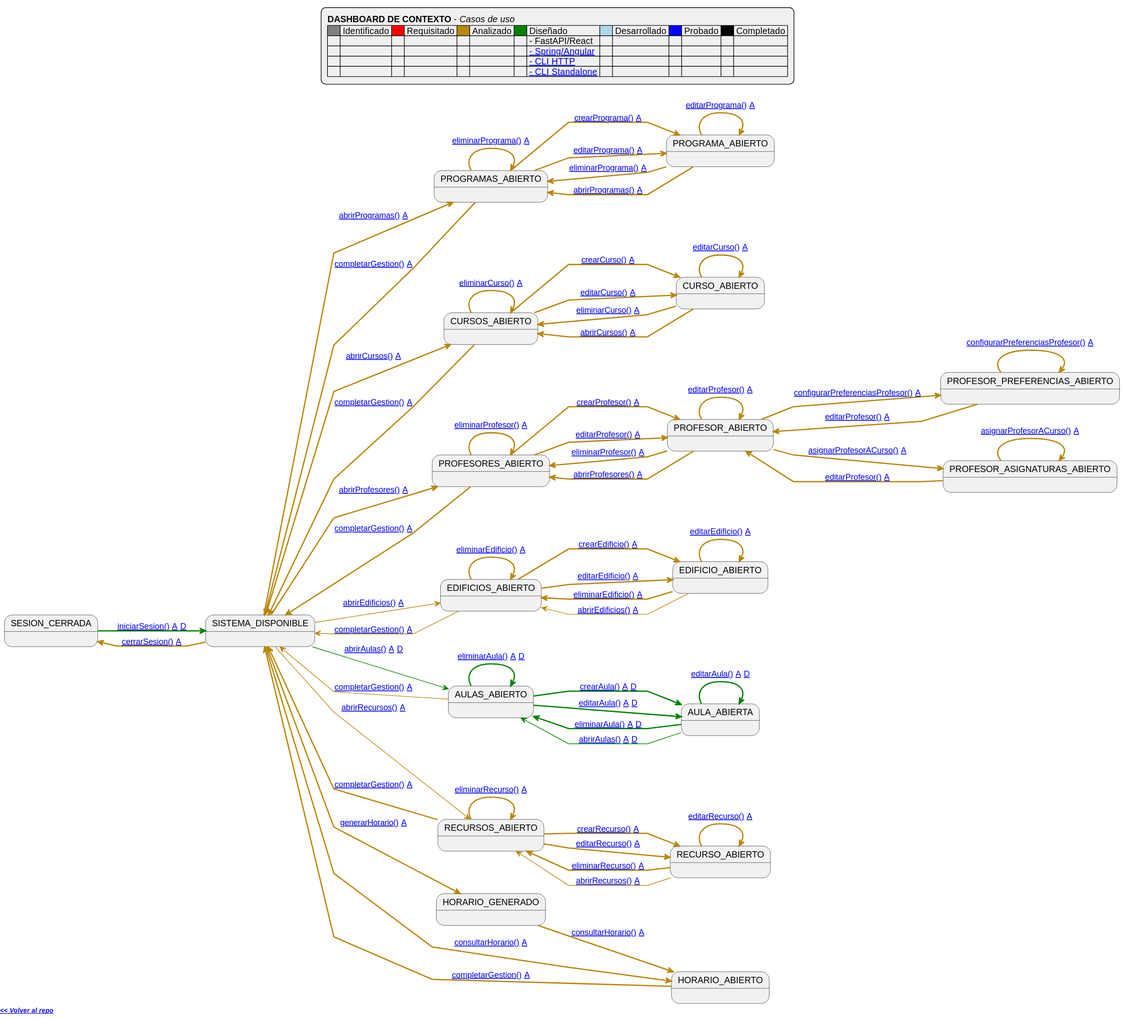
This is images/RUP/99-seguimiento/diagrama-contexto-administrador.svg from mmasias/pySigHor, a PlantUML export, as it was before one commit.
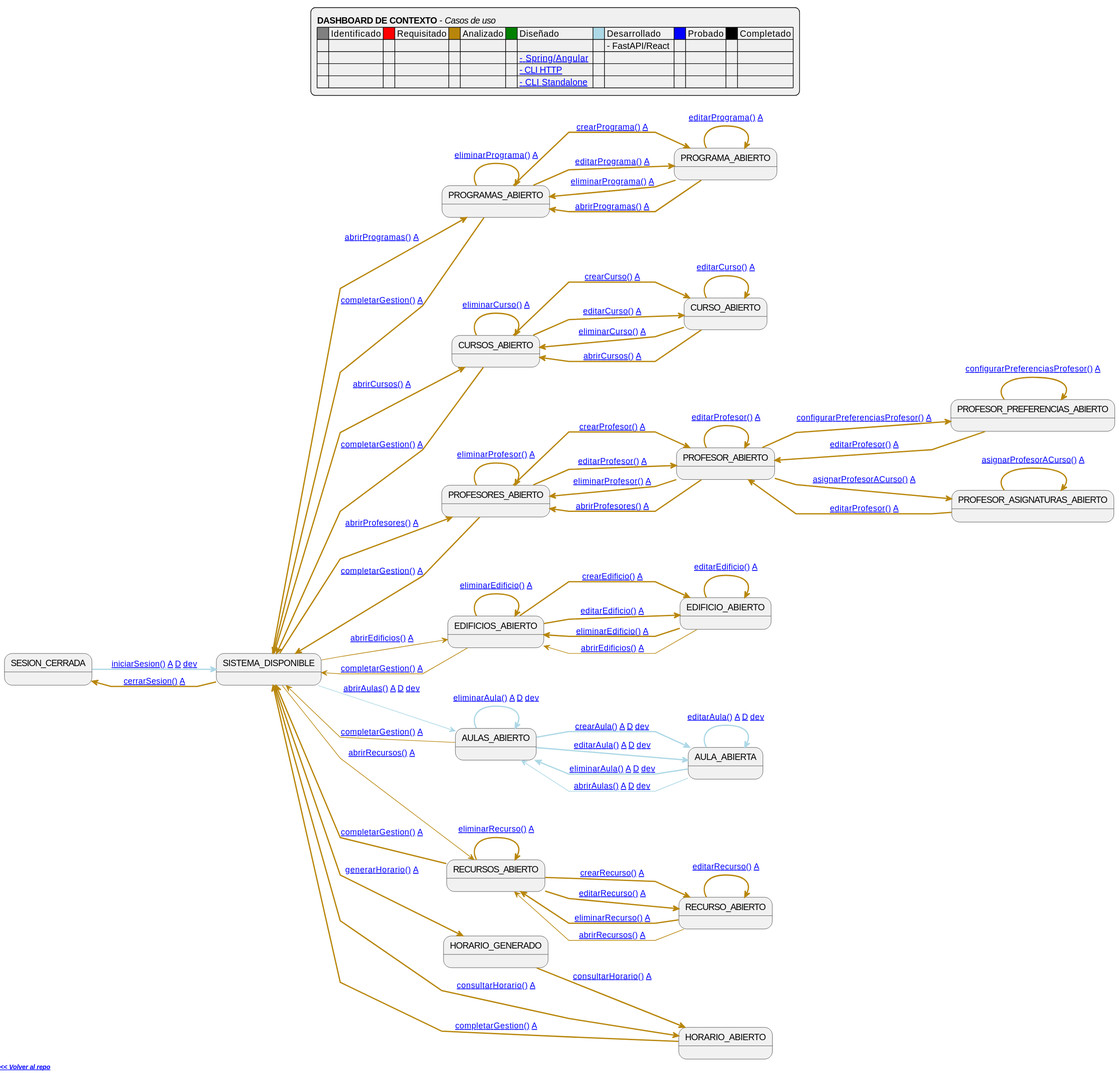
The same diagram one commit later.

The edit, as a diff of the source:
```diff
@@ -16,10 +16,10 @@
 legend top
     **DASHBOARD DE CONTEXTO** - <i>Casos de uso</i>
     |<#gray>     | Identificado |<#red>     | Requisitado |<#darkgoldenrod>     | Analizado |<#green>     | Diseñado |<#lightblue>     | Desarrollado |<#blue>     | Probado |<#black>     | Completado |
-    | | | | | | | | - FastAPI/React |
-    | | | | | | | | [[https://raw.githubusercontent.com/mmasias/pySigHor/diseño-spring-angular/images/RUP/99-seguimiento/diagrama-contexto-administrador.svg - Spring/Angular]] |
-    | | | | | | | | [[https://raw.githubusercontent.com/mmasias/pySigHor/diseño-cli-python-http/images/RUP/99-seguimiento/diagrama-contexto-administrador.svg - CLI HTTP]] |
-    | | | | | | | | [[https://raw.githubusercontent.com/mmasias/pySigHor/diseño-cli-python-standalone/images/RUP/99-seguimiento/diagrama-contexto-administrador.svg - CLI Standalone]] |
+    | | | | | | | |  | | - FastAPI/React  ||
+    | | | | | | | | [[https://raw.githubusercontent.com/mmasias/pySigHor/diseño-spring-angular/images/RUP/99-seguimiento/diagrama-contexto-administrador.svg - Spring/Angular]]  |
+    | | | | | | | | [[https://raw.githubusercontent.com/mmasias/pySigHor/diseño-cli-python-http/images/RUP/99-seguimiento/diagrama-contexto-administrador.svg - CLI HTTP]]  |
+    | | | | | | | | [[https://raw.githubusercontent.com/mmasias/pySigHor/diseño-cli-python-standalone/images/RUP/99-seguimiento/diagrama-contexto-administrador.svg - CLI Standalone]]  |
 end legend
 
 footer
@@ -47,14 +47,14 @@
 state "HORARIO_GENERADO" as Generacion
 state "HORARIO_ABIERTO" as Consulta
 
-NoAuth -[#green,thickness=2]-> Menu: [[https://github.com/mmasias/pySigHor/blob/main/RUP/00-casos-uso/02-detalle/iniciarSesion/README.md iniciarSesion()]] [[https://github.com/mmasias/pySigHor/blob/main/RUP/01-analisis/casos-uso/iniciarSesion/README.md A]] [[https://github.com/mmasias/pySigHor/blob/diseño-fastapi-react/RUP/02-diseño/casos-uso/iniciarSesion/README.md D]]
+NoAuth -[#lightblue,thickness=2]-> Menu: [[https://github.com/mmasias/pySigHor/blob/main/RUP/00-casos-uso/02-detalle/iniciarSesion/README.md iniciarSesion()]] [[https://github.com/mmasias/pySigHor/blob/main/RUP/01-analisis/casos-uso/iniciarSesion/README.md A]] [[https://github.com/mmasias/pySigHor/blob/diseño-fastapi-react/RUP/02-diseño/casos-uso/iniciarSesion/README.md D]] [[https://github.com/mmasias/pySigHor/blob/diseño-fastapi-react/RUP/03-desarrollo/casos-uso/iniciarSesion/README.md dev]]
 
 Menu -[#darkgoldenrod,thickness=2]-> NoAuth: [[https://github.com/mmasias/pySigHor/blob/main/RUP/00-casos-uso/02-detalle/cerrarSesion/README.md cerrarSesion()]] [[https://github.com/mmasias/pySigHor/blob/main/RUP/01-analisis/casos-uso/cerrarSesion/README.md A]]
 Menu -[#darkgoldenrod,thickness=2]-> ListProgramas: [[https://github.com/mmasias/pySigHor/blob/main/RUP/00-casos-uso/02-detalle/abrirProgramas/README.md abrirProgramas()]] [[https://github.com/mmasias/pySigHor/blob/main/RUP/01-analisis/casos-uso/abrirProgramas/README.md A]]
 Menu -[#darkgoldenrod,thickness=2]-> ListCursos: [[https://github.com/mmasias/pySigHor/blob/main/RUP/00-casos-uso/02-detalle/abrirCursos/README.md abrirCursos()]] [[https://github.com/mmasias/pySigHor/blob/main/RUP/01-analisis/casos-uso/abrirCursos/README.md A]]
 Menu -[#darkgoldenrod,thickness=2]-> ListProfesores: [[https://github.com/mmasias/pySigHor/blob/main/RUP/00-casos-uso/02-detalle/abrirProfesores/README.md abrirProfesores()]] [[https://github.com/mmasias/pySigHor/blob/main/RUP/01-analisis/casos-uso/abrirProfesores/README.md A]]
 Menu -[#darkgoldenrod]-> ListEdificios: [[https://github.com/mmasias/pySigHor/blob/main/RUP/00-casos-uso/02-detalle/abrirEdificios/README.md abrirEdificios()]] [[https://github.com/mmasias/pySigHor/blob/main/RUP/01-analisis/casos-uso/abrirEdificios/README.md A]]
-Menu -[#green]-> ListAulas: [[https://github.com/mmasias/pySigHor/blob/main/RUP/00-casos-uso/02-detalle/abrirAulas/README.md abrirAulas()]] [[https://github.com/mmasias/pySigHor/blob/main/RUP/01-analisis/casos-uso/abrirAulas/README.md A]] [[https://github.com/mmasias/pySigHor/blob/diseño-fastapi-react/RUP/02-diseño/casos-uso/abrirAulas/README.md D]]
+Menu -[#lightblue]-> ListAulas: [[https://github.com/mmasias/pySigHor/blob/main/RUP/00-casos-uso/02-detalle/abrirAulas/README.md abrirAulas()]] [[https://github.com/mmasias/pySigHor/blob/main/RUP/01-analisis/casos-uso/abrirAulas/README.md A]] [[https://github.com/mmasias/pySigHor/blob/diseño-fastapi-react/RUP/02-diseño/casos-uso/abrirAulas/README.md D]] [[https://github.com/mmasias/pySigHor/blob/diseño-fastapi-react/RUP/03-desarrollo/casos-uso/abrirAulas/README.md dev]]
 Menu -[#darkgoldenrod]-> ListRecursos: [[https://github.com/mmasias/pySigHor/blob/main/RUP/00-casos-uso/02-detalle/abrirRecursos/README.md abrirRecursos()]] [[https://github.com/mmasias/pySigHor/blob/main/RUP/01-analisis/casos-uso/abrirRecursos/README.md A]]
 Menu -[#darkgoldenrod,bold]-> Generacion: [[https://github.com/mmasias/pySigHor/blob/main/RUP/00-casos-uso/02-detalle/generarHorario/README.md generarHorario()]] [[https://github.com/mmasias/pySigHor/blob/main/RUP/01-analisis/casos-uso/generarHorario/README.md A]]
 Menu -[#darkgoldenrod,bold]-> Consulta: [[https://github.com/mmasias/pySigHor/blob/main/RUP/00-casos-uso/02-detalle/consultarHorario/README.md consultarHorario()]] [[https://github.com/mmasias/pySigHor/blob/main/RUP/01-analisis/casos-uso/consultarHorario/README.md A]]
@@ -90,12 +90,12 @@
 EditEdificio -[#darkgoldenrod,bold]-> EditEdificio: [[https://github.com/mmasias/pySigHor/blob/main/RUP/00-casos-uso/02-detalle/editarEdificio/README.md editarEdificio()]] [[https://github.com/mmasias/pySigHor/blob/main/RUP/01-analisis/casos-uso/editarEdificio/README.md A]]
 EditEdificio -[#darkgoldenrod,bold]-> ListEdificios: [[https://github.com/mmasias/pySigHor/blob/main/RUP/00-casos-uso/02-detalle/eliminarEdificio/README.md eliminarEdificio()]] [[https://github.com/mmasias/pySigHor/blob/main/RUP/01-analisis/casos-uso/eliminarEdificio/README.md A]]
 EditEdificio -[#darkgoldenrod]-> ListEdificios: [[https://github.com/mmasias/pySigHor/blob/main/RUP/00-casos-uso/02-detalle/abrirEdificios/README.md abrirEdificios()]] [[https://github.com/mmasias/pySigHor/blob/main/RUP/01-analisis/casos-uso/abrirEdificios/README.md A]]
-ListAulas -[#green,bold]-> EditAula: [[https://github.com/mmasias/pySigHor/blob/main/RUP/00-casos-uso/02-detalle/crearAula/README.md crearAula()]] [[https://github.com/mmasias/pySigHor/blob/main/RUP/01-analisis/casos-uso/crearAula/README.md A]] [[https://github.com/mmasias/pySigHor/blob/diseño-fastapi-react/RUP/02-diseño/casos-uso/crearAula/README.md D]]
-ListAulas -[#green,bold]-> EditAula: [[https://github.com/mmasias/pySigHor/blob/main/RUP/00-casos-uso/02-detalle/editarAula/README.md editarAula()]] [[https://github.com/mmasias/pySigHor/blob/main/RUP/01-analisis/casos-uso/editarAula/README.md A]] [[https://github.com/mmasias/pySigHor/blob/diseño-fastapi-react/RUP/02-diseño/casos-uso/editarAula/README.md D]]
-ListAulas -[#green,bold]-> ListAulas: [[https://github.com/mmasias/pySigHor/blob/main/RUP/00-casos-uso/02-detalle/eliminarAula/README.md eliminarAula()]] [[https://github.com/mmasias/pySigHor/blob/main/RUP/01-analisis/casos-uso/eliminarAula/README.md A]] [[https://github.com/mmasias/pySigHor/blob/diseño-fastapi-react/RUP/02-diseño/casos-uso/eliminarAula/README.md D]]
-EditAula -[#green,bold]-> EditAula: [[https://github.com/mmasias/pySigHor/blob/main/RUP/00-casos-uso/02-detalle/editarAula/README.md editarAula()]] [[https://github.com/mmasias/pySigHor/blob/main/RUP/01-analisis/casos-uso/editarAula/README.md A]] [[https://github.com/mmasias/pySigHor/blob/diseño-fastapi-react/RUP/02-diseño/casos-uso/editarAula/README.md D]]
-EditAula -[#green,bold]-> ListAulas: [[https://github.com/mmasias/pySigHor/blob/main/RUP/00-casos-uso/02-detalle/eliminarAula/README.md eliminarAula()]] [[https://github.com/mmasias/pySigHor/blob/main/RUP/01-analisis/casos-uso/eliminarAula/README.md A]] [[https://github.com/mmasias/pySigHor/blob/diseño-fastapi-react/RUP/02-diseño/casos-uso/eliminarAula/README.md D]]
-EditAula -[#green]-> ListAulas: [[https://github.com/mmasias/pySigHor/blob/main/RUP/00-casos-uso/02-detalle/abrirAulas/README.md abrirAulas()]] [[https://github.com/mmasias/pySigHor/blob/main/RUP/01-analisis/casos-uso/abrirAulas/README.md A]] [[https://github.com/mmasias/pySigHor/blob/diseño-fastapi-react/RUP/02-diseño/casos-uso/abrirAulas/README.md D]]
+ListAulas -[#lightblue,bold]-> EditAula: [[https://github.com/mmasias/pySigHor/blob/main/RUP/00-casos-uso/02-detalle/crearAula/README.md crearAula()]] [[https://github.com/mmasias/pySigHor/blob/main/RUP/01-analisis/casos-uso/crearAula/README.md A]] [[https://github.com/mmasias/pySigHor/blob/diseño-fastapi-react/RUP/02-diseño/casos-uso/crearAula/README.md D]] [[https://github.com/mmasias/pySigHor/blob/diseño-fastapi-react/RUP/03-desarrollo/casos-uso/crearAula/README.md dev]]
+ListAulas -[#lightblue,bold]-> EditAula: [[https://github.com/mmasias/pySigHor/blob/main/RUP/00-casos-uso/02-detalle/editarAula/README.md editarAula()]] [[https://github.com/mmasias/pySigHor/blob/main/RUP/01-analisis/casos-uso/editarAula/README.md A]] [[https://github.com/mmasias/pySigHor/blob/diseño-fastapi-react/RUP/02-diseño/casos-uso/editarAula/README.md D]] [[https://github.com/mmasias/pySigHor/blob/diseño-fastapi-react/RUP/03-desarrollo/casos-uso/editarAula/README.md dev]]
+ListAulas -[#lightblue,bold]-> ListAulas: [[https://github.com/mmasias/pySigHor/blob/main/RUP/00-casos-uso/02-detalle/eliminarAula/README.md eliminarAula()]] [[https://github.com/mmasias/pySigHor/blob/main/RUP/01-analisis/casos-uso/eliminarAula/README.md A]] [[https://github.com/mmasias/pySigHor/blob/diseño-fastapi-react/RUP/02-diseño/casos-uso/eliminarAula/README.md D]] [[https://github.com/mmasias/pySigHor/blob/diseño-fastapi-react/RUP/03-desarrollo/casos-uso/eliminarAula/README.md dev]]
+EditAula -[#lightblue,bold]-> EditAula: [[https://github.com/mmasias/pySigHor/blob/main/RUP/00-casos-uso/02-detalle/editarAula/README.md editarAula()]] [[https://github.com/mmasias/pySigHor/blob/main/RUP/01-analisis/casos-uso/editarAula/README.md A]] [[https://github.com/mmasias/pySigHor/blob/diseño-fastapi-react/RUP/02-diseño/casos-uso/editarAula/README.md D]] [[https://github.com/mmasias/pySigHor/blob/diseño-fastapi-react/RUP/03-desarrollo/casos-uso/editarAula/README.md dev]]
+EditAula -[#lightblue,bold]-> ListAulas: [[https://github.com/mmasias/pySigHor/blob/main/RUP/00-casos-uso/02-detalle/eliminarAula/README.md eliminarAula()]] [[https://github.com/mmasias/pySigHor/blob/main/RUP/01-analisis/casos-uso/eliminarAula/README.md A]] [[https://github.com/mmasias/pySigHor/blob/diseño-fastapi-react/RUP/02-diseño/casos-uso/eliminarAula/README.md D]] [[https://github.com/mmasias/pySigHor/blob/diseño-fastapi-react/RUP/03-desarrollo/casos-uso/eliminarAula/README.md dev]]
+EditAula -[#lightblue]-> ListAulas: [[https://github.com/mmasias/pySigHor/blob/main/RUP/00-casos-uso/02-detalle/abrirAulas/README.md abrirAulas()]] [[https://github.com/mmasias/pySigHor/blob/main/RUP/01-analisis/casos-uso/abrirAulas/README.md A]] [[https://github.com/mmasias/pySigHor/blob/diseño-fastapi-react/RUP/02-diseño/casos-uso/abrirAulas/README.md D]] [[https://github.com/mmasias/pySigHor/blob/diseño-fastapi-react/RUP/03-desarrollo/casos-uso/abrirAulas/README.md dev]]
 ListRecursos -[#darkgoldenrod,bold]-> EditRecurso: [[https://github.com/mmasias/pySigHor/blob/main/RUP/00-casos-uso/02-detalle/crearRecurso/README.md crearRecurso()]] [[https://github.com/mmasias/pySigHor/blob/main/RUP/01-analisis/casos-uso/crearRecurso/README.md A]]
 ListRecursos -[#darkgoldenrod,bold]-> EditRecurso: [[https://github.com/mmasias/pySigHor/blob/main/RUP/00-casos-uso/02-detalle/editarRecurso/README.md editarRecurso()]] [[https://github.com/mmasias/pySigHor/blob/main/RUP/01-analisis/casos-uso/editarRecurso/README.md A]]
 ListRecursos -[#darkgoldenrod,bold]-> ListRecursos: [[https://github.com/mmasias/pySigHor/blob/main/RUP/00-casos-uso/02-detalle/eliminarRecurso/README.md eliminarRecurso()]] [[https://github.com/mmasias/pySigHor/blob/main/RUP/01-analisis/casos-uso/eliminarRecurso/README.md A]]
```
